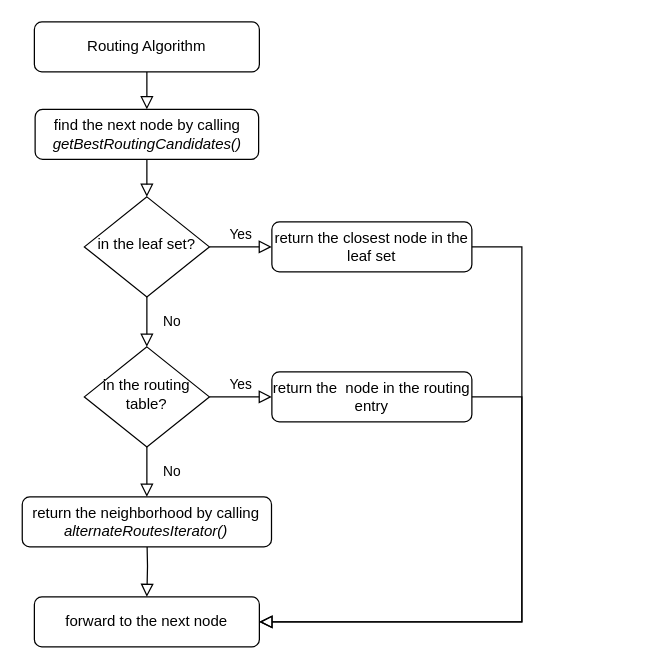
This is PastryRouting.drawio from OneOverThree/PastryTest, a draw.io file, before an edit. Source tidied: cells renumbered, new cells numbered last; positions are measured from the earlier drawing's top-left corner, leaving out a move shared by most shapes. Both pictures are drawn from the tidied source at 125%, with x=0, y=0 at pixel (21, 21).
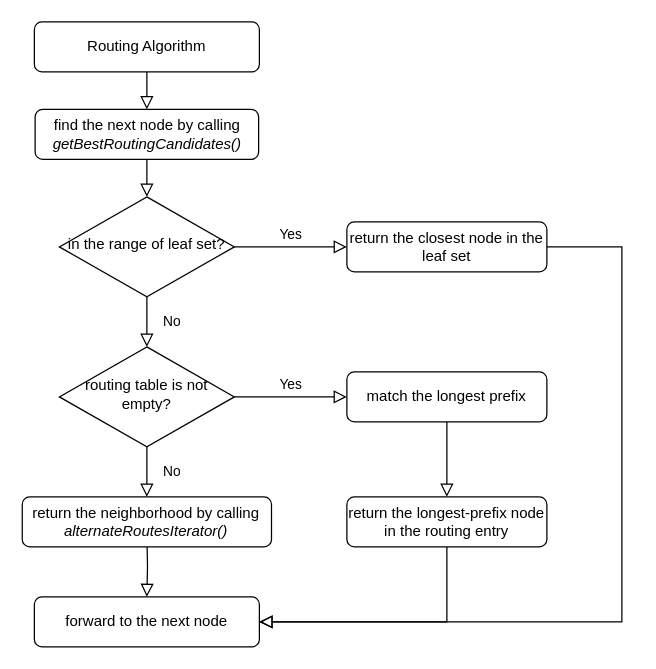
The same page after the edit.

Unchanged cells that the change refers to:
```xml
<mxCell id="10" value="forward to the next node" style="rounded=1;whiteSpace=wrap;html=1;fontSize=12;glass=0;strokeWidth=1;shadow=0;" parent="1" vertex="1">
  <mxGeometry x="10" y="460" width="180" height="40" as="geometry" />
</mxCell>
```

What changed in the source:
```diff
@@
-    <mxCell id="6" value="in the leaf set?" style="rhombus;whiteSpace=wrap;html=1;shadow=0;fontFamily=Helvetica;fontSize=12;align=center;strokeWidth=1;spacing=6;spacingTop=-4;" parent="1" vertex="1">
-      <mxGeometry x="50" y="140" width="100" height="80" as="geometry" />
+    <mxCell id="6" value="in the range of leaf set?" style="rhombus;whiteSpace=wrap;html=1;shadow=0;fontFamily=Helvetica;fontSize=12;align=center;strokeWidth=1;spacing=6;spacingTop=-4;" parent="1" vertex="1">
+      <mxGeometry x="30" y="140" width="140" height="80" as="geometry" />
     </mxCell>
     <mxCell id="7" value="return the closest node in the leaf set" style="rounded=1;whiteSpace=wrap;html=1;fontSize=12;glass=0;strokeWidth=1;shadow=0;" parent="1" vertex="1">
-      <mxGeometry x="200" y="160" width="160" height="40" as="geometry" />
+      <mxGeometry x="260" y="160" width="160" height="40" as="geometry" />
     </mxCell>
@@
-    <mxCell id="9" value="in the routing table?" style="rhombus;whiteSpace=wrap;html=1;shadow=0;fontFamily=Helvetica;fontSize=12;align=center;strokeWidth=1;spacing=6;spacingTop=-4;" parent="1" vertex="1">
-      <mxGeometry x="50" y="260" width="100" height="80" as="geometry" />
+    <mxCell id="9" value="routing table is not empty?" style="rhombus;whiteSpace=wrap;html=1;shadow=0;fontFamily=Helvetica;fontSize=12;align=center;strokeWidth=1;spacing=6;spacingTop=-4;" parent="1" vertex="1">
+      <mxGeometry x="30" y="260" width="140" height="80" as="geometry" />
     </mxCell>
@@
-    <mxCell id="11" value="return the&amp;nbsp; node in the routing entry" style="rounded=1;whiteSpace=wrap;html=1;fontSize=12;glass=0;strokeWidth=1;shadow=0;" parent="1" vertex="1">
-      <mxGeometry x="200" y="280" width="160" height="40" as="geometry" />
+    <mxCell id="11" value="match the longest prefix" style="rounded=1;whiteSpace=wrap;html=1;fontSize=12;glass=0;strokeWidth=1;shadow=0;" parent="1" vertex="1">
+      <mxGeometry x="260" y="280" width="160" height="40" as="geometry" />
     </mxCell>
@@
-    <mxCell id="17" style="rounded=0;html=1;jettySize=auto;fontSize=11;endArrow=block;endFill=0;endSize=8;strokeWidth=1;shadow=0;labelBackgroundColor=none;edgeStyle=orthogonalEdgeStyle;entryX=1;entryY=0.5;entryDx=0;entryDy=0;exitX=1;exitY=0.5;exitDx=0;exitDy=0;" parent="1" edge="1" source="11" target="10">
+    <mxCell id="17" style="rounded=0;html=1;jettySize=auto;fontSize=11;endArrow=block;endFill=0;endSize=8;strokeWidth=1;shadow=0;labelBackgroundColor=none;edgeStyle=orthogonalEdgeStyle;entryX=1;entryY=0.5;entryDx=0;entryDy=0;exitX=0.5;exitY=1;exitDx=0;exitDy=0;" parent="1" edge="1" source="19" target="10">
       <mxGeometry relative="1" as="geometry">
         <Array as="points">
-          <mxPoint x="400" y="300" />
-          <mxPoint x="400" y="480" />
+          <mxPoint x="340" y="480" />
         </Array>
       </mxGeometry>
     </mxCell>
     <mxCell id="18" style="rounded=0;html=1;jettySize=auto;fontSize=11;endArrow=block;endFill=0;endSize=8;strokeWidth=1;shadow=0;labelBackgroundColor=none;edgeStyle=orthogonalEdgeStyle;entryX=1;entryY=0.5;entryDx=0;entryDy=0;exitX=1;exitY=0.5;exitDx=0;exitDy=0;" parent="1" edge="1" source="7" target="10">
       <mxGeometry relative="1" as="geometry">
         <Array as="points">
-          <mxPoint x="400" y="180" />
-          <mxPoint x="400" y="480" />
+          <mxPoint x="480" y="180" />
+          <mxPoint x="480" y="480" />
         </Array>
       </mxGeometry>
     </mxCell>
+    <mxCell id="19" value="return the longest-prefix node in the routing entry" style="rounded=1;whiteSpace=wrap;html=1;fontSize=12;glass=0;strokeWidth=1;shadow=0;" parent="1" vertex="1">
+      <mxGeometry x="260" y="380" width="160" height="40" as="geometry" />
+    </mxCell>
+    <mxCell id="20" style="rounded=0;html=1;jettySize=auto;fontSize=11;endArrow=block;endFill=0;endSize=8;strokeWidth=1;shadow=0;labelBackgroundColor=none;edgeStyle=orthogonalEdgeStyle;exitX=0.5;exitY=1;exitDx=0;exitDy=0;" parent="1" edge="1" source="11" target="19">
+      <mxGeometry relative="1" as="geometry" />
+    </mxCell>
```
